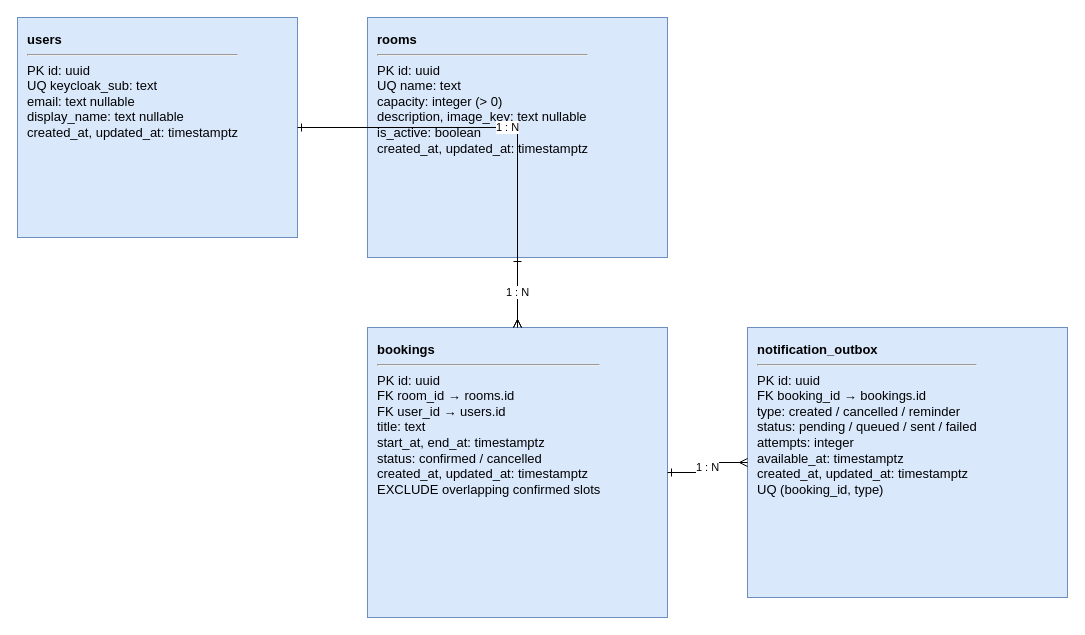
Above: docs/database.drawio in tungct-1553/nestjs-meeting-room-booking-api (draw.io), before the change. Source tidied: cells renumbered, new cells numbered last; positions are measured from the earlier drawing's top-left corner, leaving out a move shared by most shapes. Both pictures are drawn from the tidied source at 100%, with x=0, y=0 at pixel (17, 17).
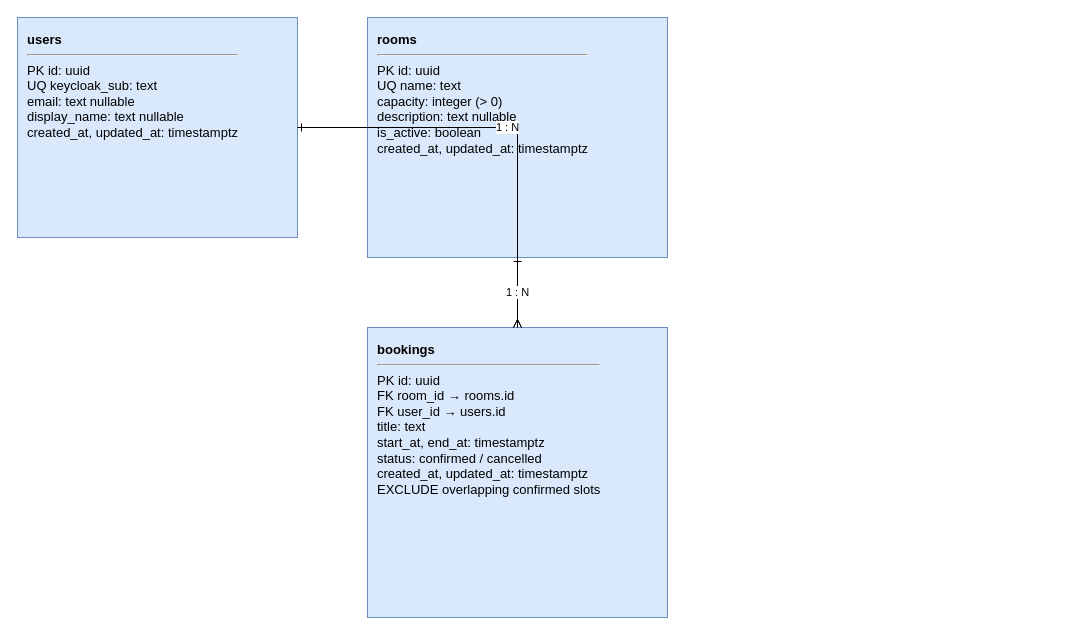
The same diagram, later.

Change to the diagram source:
```diff
@@
 <mxGraphModel>
   <root>
     <mxCell id="0" />
     <mxCell id="1" parent="0" />
     <mxCell id="2" value="&lt;b&gt;users&lt;/b&gt;&lt;hr/&gt;PK id: uuid&lt;br/&gt;UQ keycloak_sub: text&lt;br/&gt;email: text nullable&lt;br/&gt;display_name: text nullable&lt;br/&gt;created_at, updated_at: timestamptz" style="rounded=0;whiteSpace=wrap;html=1;align=left;verticalAlign=top;spacing=10;fillColor=#dae8fc;strokeColor=#6c8ebf;fontSize=13;" parent="1" vertex="1">
       <mxGeometry width="280" height="220" as="geometry" />
     </mxCell>
-    <mxCell id="3" value="&lt;b&gt;rooms&lt;/b&gt;&lt;hr/&gt;PK id: uuid&lt;br/&gt;UQ name: text&lt;br/&gt;capacity: integer (&gt; 0)&lt;br/&gt;description, image_key: text nullable&lt;br/&gt;is_active: boolean&lt;br/&gt;created_at, updated_at: timestamptz" style="rounded=0;whiteSpace=wrap;html=1;align=left;verticalAlign=top;spacing=10;fillColor=#dae8fc;strokeColor=#6c8ebf;fontSize=13;" parent="1" vertex="1">
+    <mxCell id="3" value="&lt;b&gt;rooms&lt;/b&gt;&lt;hr/&gt;PK id: uuid&lt;br/&gt;UQ name: text&lt;br/&gt;capacity: integer (&gt; 0)&lt;br/&gt;description: text nullable&lt;br/&gt;is_active: boolean&lt;br/&gt;created_at, updated_at: timestamptz" style="rounded=0;whiteSpace=wrap;html=1;align=left;verticalAlign=top;spacing=10;fillColor=#dae8fc;strokeColor=#6c8ebf;fontSize=13;" parent="1" vertex="1">
       <mxGeometry x="350" width="300" height="240" as="geometry" />
     </mxCell>
     <mxCell id="4" value="&lt;b&gt;bookings&lt;/b&gt;&lt;hr/&gt;PK id: uuid&lt;br/&gt;FK room_id → rooms.id&lt;br/&gt;FK user_id → users.id&lt;br/&gt;title: text&lt;br/&gt;start_at, end_at: timestamptz&lt;br/&gt;status: confirmed / cancelled&lt;br/&gt;created_at, updated_at: timestamptz&lt;br/&gt;EXCLUDE overlapping confirmed slots" style="rounded=0;whiteSpace=wrap;html=1;align=left;verticalAlign=top;spacing=10;fillColor=#dae8fc;strokeColor=#6c8ebf;fontSize=13;" parent="1" vertex="1">
       <mxGeometry x="350" y="310" width="300" height="290" as="geometry" />
     </mxCell>
-    <mxCell id="5" value="&lt;b&gt;notification_outbox&lt;/b&gt;&lt;hr/&gt;PK id: uuid&lt;br/&gt;FK booking_id → bookings.id&lt;br/&gt;type: created / cancelled / reminder&lt;br/&gt;status: pending / queued / sent / failed&lt;br/&gt;attempts: integer&lt;br/&gt;available_at: timestamptz&lt;br/&gt;created_at, updated_at: timestamptz&lt;br/&gt;UQ (booking_id, type)" style="rounded=0;whiteSpace=wrap;html=1;align=left;verticalAlign=top;spacing=10;fillColor=#dae8fc;strokeColor=#6c8ebf;fontSize=13;" parent="1" vertex="1">
-      <mxGeometry x="730" y="310" width="320" height="270" as="geometry" />
-    </mxCell>
     <mxCell id="6" value="1 : N" style="edgeStyle=orthogonalEdgeStyle;rounded=0;html=1;endArrow=ERmany;endFill=0;startArrow=ERone;startFill=0;" parent="1" edge="1" source="2" target="4">
       <mxGeometry relative="1" as="geometry" />
     </mxCell>
     <mxCell id="7" value="1 : N" style="edgeStyle=orthogonalEdgeStyle;rounded=0;html=1;endArrow=ERmany;endFill=0;startArrow=ERone;startFill=0;" parent="1" edge="1" source="3" target="4">
       <mxGeometry relative="1" as="geometry" />
     </mxCell>
-    <mxCell id="8" value="1 : N" style="edgeStyle=orthogonalEdgeStyle;rounded=0;html=1;endArrow=ERmany;endFill=0;startArrow=ERone;startFill=0;" parent="1" edge="1" source="4" target="5">
-      <mxGeometry relative="1" as="geometry" />
-    </mxCell>
   </root>
 </mxGraphModel>
```
